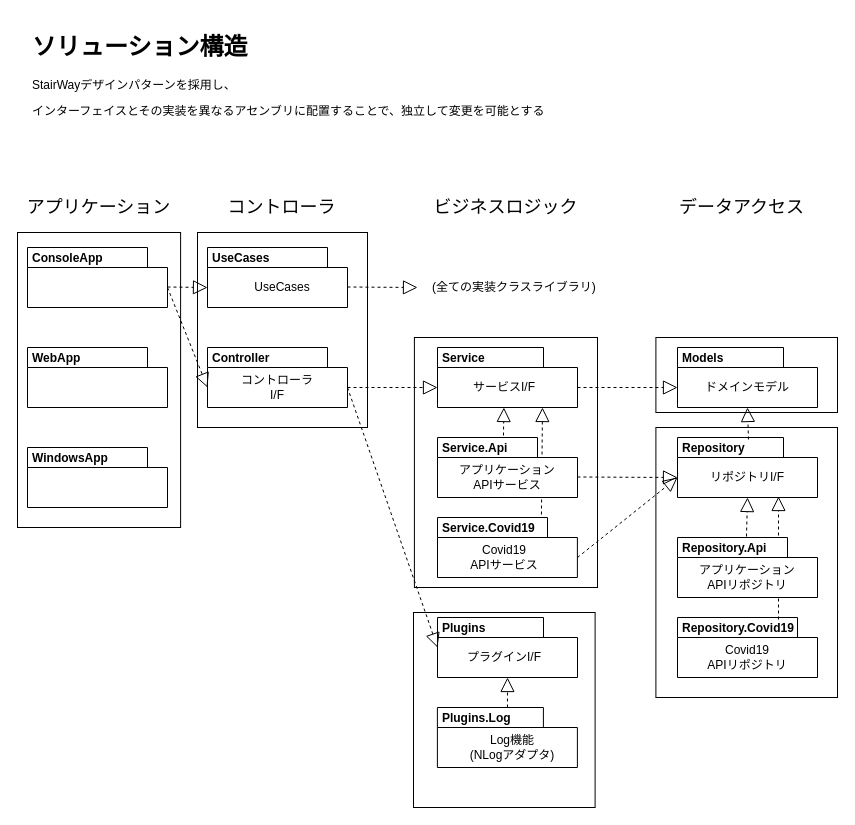
Above: page "Solution" (1 of 6) of doc/Mov.drawio in hidemuu/mov (draw.io), before the change. Source tidied: cells renumbered, new cells numbered last; positions are measured from the earlier drawing's top-left corner, leaving out a move shared by most shapes. Both pictures are drawn from the tidied source at 100%, with x=0, y=0 at pixel (17, 27).
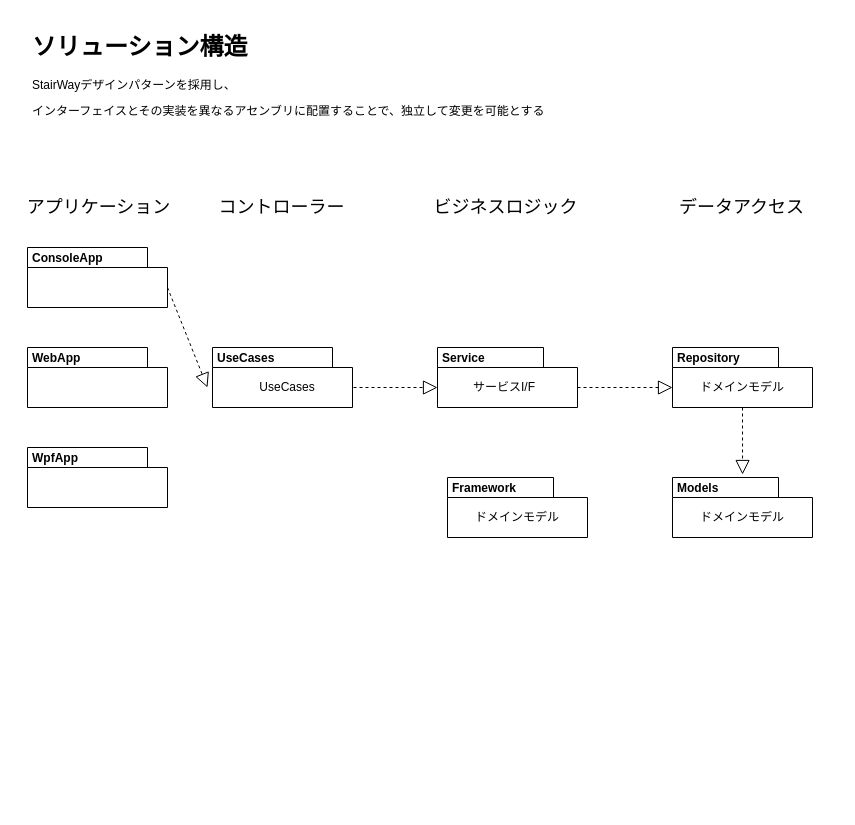
The same diagram, later.

Unchanged cells that the change refers to:
```xml
<mxCell id="8" style="shape=folder;fontStyle=1;spacingTop=10;tabWidth=106;tabHeight=20;tabPosition=left;html=1;" parent="1" vertex="1">
  <mxGeometry x="420" y="320" width="140" height="60" as="geometry" />
</mxCell>
<mxCell id="19" style="shape=folder;fontStyle=1;spacingTop=10;tabWidth=120;tabHeight=20;tabPosition=left;html=1;" parent="1" vertex="1">
  <mxGeometry x="10" y="220" width="140" height="60" as="geometry" />
</mxCell>
```

What changed in the source:
```diff
@@
-    <mxCell id="2" style="rounded=0;whiteSpace=wrap;html=1;" parent="1" vertex="1">
-      <mxGeometry y="205" width="163.1" height="295" as="geometry" />
-    </mxCell>
-    <mxCell id="3" style="rounded=0;whiteSpace=wrap;html=1;" parent="1" vertex="1">
-      <mxGeometry x="180" y="205" width="170" height="195" as="geometry" />
-    </mxCell>
-    <mxCell id="4" style="rounded=0;whiteSpace=wrap;html=1;" parent="1" vertex="1">
-      <mxGeometry x="638.4" y="310" width="181.6" height="75" as="geometry" />
-    </mxCell>
-    <mxCell id="5" style="rounded=0;whiteSpace=wrap;html=1;" parent="1" vertex="1">
-      <mxGeometry x="396" y="585" width="181.6" height="195" as="geometry" />
-    </mxCell>
-    <mxCell id="6" style="rounded=0;whiteSpace=wrap;html=1;" parent="1" vertex="1">
-      <mxGeometry x="638.4" y="400" width="181.6" height="270" as="geometry" />
-    </mxCell>
-    <mxCell id="7" style="rounded=0;whiteSpace=wrap;html=1;" parent="1" vertex="1">
-      <mxGeometry x="396.9" y="310" width="183.1" height="250" as="geometry" />
-    </mxCell>
@@
-    <mxCell id="10" style="shape=folder;fontStyle=1;spacingTop=10;tabWidth=120;tabHeight=20;tabPosition=left;html=1;" parent="1" vertex="1">
-      <mxGeometry x="190" y="320" width="140" height="60" as="geometry" />
-    </mxCell>
-    <mxCell id="11" value="Controller" style="text;align=left;fontStyle=1;verticalAlign=middle;spacingLeft=3;spacingRight=3;strokeColor=none;" parent="1" vertex="1">
-      <mxGeometry x="190" y="320" width="96.9" height="20" as="geometry" />
-    </mxCell>
-    <mxCell id="12" style="shape=folder;fontStyle=1;spacingTop=10;tabWidth=106;tabHeight=20;tabPosition=left;html=1;" parent="1" vertex="1">
-      <mxGeometry x="660" y="410" width="140" height="60" as="geometry" />
-    </mxCell>
-    <mxCell id="13" value="Repository" style="text;align=left;fontStyle=1;verticalAlign=middle;spacingLeft=3;spacingRight=3;strokeColor=none;" parent="1" vertex="1">
-      <mxGeometry x="660" y="410" width="96.9" height="20" as="geometry" />
-    </mxCell>
-    <mxCell id="14" style="endArrow=block;dashed=1;endFill=0;endSize=12;html=1;exitX=0;exitY=0;exitDx=140;exitDy=40;exitPerimeter=0;entryX=0;entryY=0;entryDx=0;entryDy=40;entryPerimeter=0;" parent="1" edge="1" source="10" target="8">
-      <mxGeometry relative="1" as="geometry" />
+    <mxCell id="14" style="endArrow=block;dashed=1;endFill=0;endSize=12;html=1;exitX=0;exitY=0;exitDx=140;exitDy=40;exitPerimeter=0;entryX=0;entryY=0;entryDx=0;entryDy=40;entryPerimeter=0;" parent="1" edge="1" target="8">
+      <mxGeometry relative="1" as="geometry">
+        <mxPoint x="330" y="360" as="sourcePoint" />
+      </mxGeometry>
     </mxCell>
     <mxCell id="15" style="shape=folder;fontStyle=1;spacingTop=10;tabWidth=120;tabHeight=20;tabPosition=left;html=1;" parent="1" vertex="1">
-      <mxGeometry x="190" y="220" width="140" height="60" as="geometry" />
+      <mxGeometry x="195" y="320" width="140" height="60" as="geometry" />
     </mxCell>
     <mxCell id="16" value="UseCases" style="text;align=left;fontStyle=1;verticalAlign=middle;spacingLeft=3;spacingRight=3;strokeColor=none;" parent="1" vertex="1">
-      <mxGeometry x="190" y="220" width="96.9" height="20" as="geometry" />
+      <mxGeometry x="195" y="320" width="96.9" height="20" as="geometry" />
     </mxCell>
-    <mxCell id="17" style="endArrow=block;dashed=1;endFill=0;endSize=12;html=1;entryX=0.5;entryY=1;entryDx=0;entryDy=0;exitX=0.733;exitY=-0.1;exitDx=0;exitDy=0;exitPerimeter=0;" parent="1" edge="1" source="37">
-      <mxGeometry relative="1" as="geometry">
-        <mxPoint x="486.4" y="380" as="targetPoint" />
-      </mxGeometry>
-    </mxCell>
-    <mxCell id="18" style="endArrow=block;dashed=1;endFill=0;endSize=12;html=1;exitX=0.46;exitY=-0.05;exitDx=0;exitDy=0;exitPerimeter=0;entryX=0.5;entryY=1;entryDx=0;entryDy=0;entryPerimeter=0;" parent="1" edge="1" source="57" target="12">
-      <mxGeometry relative="1" as="geometry" />
-    </mxCell>
@@
-    <mxCell id="21" style="shape=folder;fontStyle=1;spacingTop=10;tabWidth=110;tabHeight=20;tabPosition=left;html=1;" parent="1" vertex="1">
-      <mxGeometry x="420" y="490" width="139.9" height="60" as="geometry" />
-    </mxCell>
-    <mxCell id="22" value="Service.Covid19" style="text;align=left;fontStyle=1;verticalAlign=middle;spacingLeft=3;spacingRight=3;strokeColor=none;points=[[0,0.5],[1,0.5]];portConstraint=eastwest;" parent="1" vertex="1">
-      <mxGeometry x="420" y="490" width="150" height="20" as="geometry" />
-    </mxCell>
     <mxCell id="23" style="shape=folder;fontStyle=1;spacingTop=10;tabWidth=106;tabHeight=20;tabPosition=left;html=1;" parent="1" vertex="1">
-      <mxGeometry x="660" y="320" width="140" height="60" as="geometry" />
+      <mxGeometry x="655" y="450" width="140" height="60" as="geometry" />
     </mxCell>
     <mxCell id="24" value="Models" style="text;align=left;fontStyle=1;verticalAlign=middle;spacingLeft=3;spacingRight=3;strokeColor=none;points=[[0,0.5],[1,0.5]];portConstraint=eastwest;" parent="1" vertex="1">
-      <mxGeometry x="660" y="320" width="96.9" height="20" as="geometry" />
+      <mxGeometry x="655" y="450" width="96.9" height="20" as="geometry" />
     </mxCell>
@@
-    <mxCell id="28" value="WindowsApp" style="text;align=left;fontStyle=1;verticalAlign=middle;spacingLeft=3;spacingRight=3;strokeColor=none;" parent="1" vertex="1">
+    <mxCell id="28" value="WpfApp" style="text;align=left;fontStyle=1;verticalAlign=middle;spacingLeft=3;spacingRight=3;strokeColor=none;" parent="1" vertex="1">
       <mxGeometry x="10" y="420" width="96.9" height="20" as="geometry" />
     </mxCell>
     <mxCell id="29" value="UseCases" style="text;html=1;strokeColor=none;fillColor=none;align=center;verticalAlign=middle;whiteSpace=wrap;rounded=0;" parent="1" vertex="1">
-      <mxGeometry x="220" y="250" width="90" height="20" as="geometry" />
+      <mxGeometry x="225" y="350" width="90" height="20" as="geometry" />
     </mxCell>
-    <mxCell id="30" value="コントローラI/F" style="text;html=1;strokeColor=none;fillColor=none;align=center;verticalAlign=middle;whiteSpace=wrap;rounded=0;" parent="1" vertex="1">
-      <mxGeometry x="220" y="350" width="80" height="20" as="geometry" />
-    </mxCell>
@@
-    <mxCell id="32" value="Covid19&lt;br&gt;APIサービス" style="text;html=1;strokeColor=none;fillColor=none;align=center;verticalAlign=middle;whiteSpace=wrap;rounded=0;" parent="1" vertex="1">
-      <mxGeometry x="446.8" y="520" width="80" height="20" as="geometry" />
-    </mxCell>
-    <mxCell id="33" value="リポジトリI/F" style="text;html=1;strokeColor=none;fillColor=none;align=center;verticalAlign=middle;whiteSpace=wrap;rounded=0;" parent="1" vertex="1">
-      <mxGeometry x="690" y="440" width="80" height="20" as="geometry" />
-    </mxCell>
-    <mxCell id="34" style="endArrow=block;dashed=1;endFill=0;endSize=12;html=1;entryX=0.75;entryY=1;entryDx=0;entryDy=0;exitX=0.693;exitY=-0.15;exitDx=0;exitDy=0;exitPerimeter=0;entryPerimeter=0;" parent="1" edge="1" source="22" target="8">
-      <mxGeometry relative="1" as="geometry" />
-    </mxCell>
-    <mxCell id="35" style="group;" parent="1" vertex="1">
-      <mxGeometry x="420" y="410" width="140" height="60" as="geometry" />
-    </mxCell>
-    <mxCell id="36" style="shape=folder;fontStyle=1;spacingTop=10;tabWidth=100;tabHeight=20;tabPosition=left;html=1;" parent="35" vertex="1">
-      <mxGeometry width="140" height="60" as="geometry" />
-    </mxCell>
-    <mxCell id="37" value="Service.Api" style="text;align=left;fontStyle=1;verticalAlign=middle;spacingLeft=3;spacingRight=3;strokeColor=none;points=[[0,0.5],[1,0.5]];portConstraint=eastwest;" parent="35" vertex="1">
-      <mxGeometry width="90" height="20" as="geometry" />
-    </mxCell>
-    <mxCell id="38" value="アプリケーション&lt;br&gt;APIサービス" style="text;html=1;strokeColor=none;fillColor=none;align=center;verticalAlign=middle;whiteSpace=wrap;rounded=0;" parent="35" vertex="1">
-      <mxGeometry y="30" width="140" height="20" as="geometry" />
-    </mxCell>
-    <mxCell id="39" style="endArrow=block;dashed=1;endFill=0;endSize=12;html=1;exitX=0.507;exitY=0.033;exitDx=0;exitDy=0;exitPerimeter=0;entryX=0.5;entryY=1;entryDx=0;entryDy=0;entryPerimeter=0;" parent="1" edge="1" source="12" target="23">
-      <mxGeometry relative="1" as="geometry" />
-    </mxCell>
     <mxCell id="40" value="ドメインモデル" style="text;html=1;strokeColor=none;fillColor=none;align=center;verticalAlign=middle;whiteSpace=wrap;rounded=0;" parent="1" vertex="1">
-      <mxGeometry x="680" y="350" width="100" height="20" as="geometry" />
+      <mxGeometry x="675" y="480" width="100" height="20" as="geometry" />
     </mxCell>
-    <mxCell id="41" style="endArrow=block;dashed=1;endFill=0;endSize=12;html=1;exitX=0;exitY=0;exitDx=140;exitDy=40;exitPerimeter=0;entryX=0;entryY=0;entryDx=0;entryDy=40;entryPerimeter=0;" parent="1" edge="1" target="12">
+    <mxCell id="41" style="endArrow=block;dashed=1;endFill=0;endSize=12;html=1;entryX=0.723;entryY=-0.15;entryDx=0;entryDy=0;entryPerimeter=0;" parent="1" edge="1" target="24">
       <mxGeometry relative="1" as="geometry">
-        <mxPoint x="559.9" y="449.5" as="sourcePoint" />
+        <mxPoint x="725" y="380" as="sourcePoint" />
       </mxGeometry>
     </mxCell>
-    <mxCell id="42" style="endArrow=block;dashed=1;endFill=0;endSize=12;html=1;exitX=0;exitY=0;exitDx=139.94;exitDy=40;exitPerimeter=0;entryX=0;entryY=0;entryDx=0;entryDy=40;entryPerimeter=0;" parent="1" edge="1" source="21" target="12">
-      <mxGeometry relative="1" as="geometry" />
-    </mxCell>
-    <mxCell id="43" style="endArrow=block;dashed=1;endFill=0;endSize=12;html=1;entryX=0;entryY=0;entryDx=0;entryDy=40;entryPerimeter=0;" parent="1" edge="1" target="23">
+    <mxCell id="43" style="endArrow=block;dashed=1;endFill=0;endSize=12;html=1;entryX=0;entryY=0;entryDx=0;entryDy=40;entryPerimeter=0;exitX=0;exitY=0;exitDx=140;exitDy=40;exitPerimeter=0;" parent="1" edge="1" source="8">
       <mxGeometry relative="1" as="geometry">
-        <mxPoint x="560" y="360" as="sourcePoint" />
+        <mxPoint x="655" y="360" as="targetPoint" />
       </mxGeometry>
     </mxCell>
-    <mxCell id="44" style="shape=folder;fontStyle=1;spacingTop=10;tabWidth=106;tabHeight=20;tabPosition=left;html=1;" parent="1" vertex="1">
-      <mxGeometry x="420" y="590" width="140" height="60" as="geometry" />
-    </mxCell>
-    <mxCell id="45" value="Plugins" style="text;align=left;fontStyle=1;verticalAlign=middle;spacingLeft=3;spacingRight=3;strokeColor=none;" parent="1" vertex="1">
-      <mxGeometry x="420" y="590" width="96.9" height="20" as="geometry" />
-    </mxCell>
-    <mxCell id="46" value="プラグインI/F" style="text;html=1;strokeColor=none;fillColor=none;align=center;verticalAlign=middle;whiteSpace=wrap;rounded=0;" parent="1" vertex="1">
-      <mxGeometry x="446.9" y="620" width="80" height="20" as="geometry" />
-    </mxCell>
-    <mxCell id="47" style="shape=folder;fontStyle=1;spacingTop=10;tabWidth=106;tabHeight=20;tabPosition=left;html=1;" parent="1" vertex="1">
-      <mxGeometry x="419.9" y="680" width="140" height="60" as="geometry" />
-    </mxCell>
-    <mxCell id="48" value="Plugins.Log" style="text;align=left;fontStyle=1;verticalAlign=middle;spacingLeft=3;spacingRight=3;strokeColor=none;points=[[0,0.5],[1,0.5]];portConstraint=eastwest;" parent="1" vertex="1">
-      <mxGeometry x="419.9" y="680" width="96.9" height="20" as="geometry" />
-    </mxCell>
-    <mxCell id="49" value="Log機能&lt;br&gt;(NLogアダプタ)" style="text;html=1;strokeColor=none;fillColor=none;align=center;verticalAlign=middle;whiteSpace=wrap;rounded=0;" parent="1" vertex="1">
-      <mxGeometry x="440" y="710" width="110" height="20" as="geometry" />
-    </mxCell>
-    <mxCell id="50" style="shape=folder;fontStyle=1;spacingTop=10;tabWidth=120;tabHeight=20;tabPosition=left;html=1;" parent="1" vertex="1">
-      <mxGeometry x="660" y="590" width="140" height="60" as="geometry" />
-    </mxCell>
-    <mxCell id="51" value="Repository.Covid19" style="text;align=left;fontStyle=1;verticalAlign=middle;spacingLeft=3;spacingRight=3;strokeColor=none;points=[[0,0.5],[1,0.5]];portConstraint=eastwest;" parent="1" vertex="1">
-      <mxGeometry x="660" y="590" width="130" height="20" as="geometry" />
-    </mxCell>
-    <mxCell id="52" style="endArrow=block;dashed=1;endFill=0;endSize=12;html=1;exitX=0;exitY=0;exitDx=140;exitDy=40;exitPerimeter=0;entryX=0;entryY=0;entryDx=0;entryDy=30;entryPerimeter=0;" parent="1" edge="1" source="10" target="44">
-      <mxGeometry relative="1" as="geometry" />
-    </mxCell>
-    <mxCell id="53" style="endArrow=block;dashed=1;endFill=0;endSize=12;html=1;entryX=0.5;entryY=1;entryDx=0;entryDy=0;exitX=0.723;exitY=0;exitDx=0;exitDy=0;exitPerimeter=0;entryPerimeter=0;" parent="1" edge="1" source="48" target="44">
-      <mxGeometry relative="1" as="geometry" />
-    </mxCell>
-    <mxCell id="54" style="endArrow=block;dashed=1;endFill=0;endSize=12;html=1;exitX=0.777;exitY=0.1;exitDx=0;exitDy=0;exitPerimeter=0;" parent="1" edge="1" source="51">
-      <mxGeometry relative="1" as="geometry">
-        <mxPoint x="761" y="469" as="targetPoint" />
-      </mxGeometry>
-    </mxCell>
-    <mxCell id="55" style="group;" parent="1" vertex="1">
-      <mxGeometry x="660" y="510" width="150" height="60" as="geometry" />
-    </mxCell>
-    <mxCell id="56" style="shape=folder;fontStyle=1;spacingTop=10;tabWidth=110;tabHeight=20;tabPosition=left;html=1;" parent="55" vertex="1">
-      <mxGeometry width="140" height="60" as="geometry" />
-    </mxCell>
-    <mxCell id="57" value="Repository.Api" style="text;align=left;fontStyle=1;verticalAlign=middle;spacingLeft=3;spacingRight=3;strokeColor=none;points=[[0,0.5],[1,0.5]];portConstraint=eastwest;" parent="55" vertex="1">
-      <mxGeometry width="150" height="20" as="geometry" />
-    </mxCell>
-    <mxCell id="58" value="アプリケーション&lt;br&gt;APIリポジトリ" style="text;html=1;strokeColor=none;fillColor=none;align=center;verticalAlign=middle;whiteSpace=wrap;rounded=0;" parent="55" vertex="1">
-      <mxGeometry x="20" y="30" width="100" height="20" as="geometry" />
-    </mxCell>
-    <mxCell id="59" value="Covid19&lt;br&gt;APIリポジトリ" style="text;html=1;strokeColor=none;fillColor=none;align=center;verticalAlign=middle;whiteSpace=wrap;rounded=0;" parent="1" vertex="1">
-      <mxGeometry x="680" y="620" width="100" height="20" as="geometry" />
-    </mxCell>
@@
-    <mxCell id="61" value="&lt;span style=&quot;font-size: 18px&quot;&gt;コントローラ&lt;/span&gt;" style="text;html=1;strokeColor=none;fillColor=none;align=center;verticalAlign=middle;whiteSpace=wrap;rounded=0;" parent="1" vertex="1">
+    <mxCell id="61" value="&lt;span style=&quot;font-size: 18px;&quot;&gt;コントローラー&lt;/span&gt;" style="text;html=1;strokeColor=none;fillColor=none;align=center;verticalAlign=middle;whiteSpace=wrap;rounded=0;" parent="1" vertex="1">
       <mxGeometry x="183.3" y="170" width="163.4" height="20" as="geometry" />
     </mxCell>
@@
-    <mxCell id="64" style="endArrow=block;dashed=1;endFill=0;endSize=12;html=1;" parent="1" edge="1">
-      <mxGeometry relative="1" as="geometry">
-        <mxPoint x="330" y="259.5" as="sourcePoint" />
-        <mxPoint x="400" y="260" as="targetPoint" />
-      </mxGeometry>
-    </mxCell>
-    <mxCell id="65" value="(全ての実装クラスライブラリ)" style="text;html=1;strokeColor=none;fillColor=none;align=center;verticalAlign=middle;whiteSpace=wrap;rounded=0;" parent="1" vertex="1">
-      <mxGeometry x="396.9" y="250" width="200.1" height="20" as="geometry" />
-    </mxCell>
-    <mxCell id="66" style="endArrow=block;dashed=1;endFill=0;endSize=12;html=1;" parent="1" edge="1">
-      <mxGeometry relative="1" as="geometry">
-        <mxPoint x="150" y="259.5" as="sourcePoint" />
-        <mxPoint x="190" y="260" as="targetPoint" />
-      </mxGeometry>
-    </mxCell>
-    <mxCell id="67" style="endArrow=block;dashed=1;endFill=0;endSize=12;html=1;exitX=0;exitY=0;exitDx=140;exitDy=40;exitPerimeter=0;entryX=0;entryY=0;entryDx=0;entryDy=40;entryPerimeter=0;" parent="1" edge="1" source="19" target="10">
-      <mxGeometry relative="1" as="geometry" />
+    <mxCell id="67" style="endArrow=block;dashed=1;endFill=0;endSize=12;html=1;exitX=0;exitY=0;exitDx=140;exitDy=40;exitPerimeter=0;entryX=0;entryY=0;entryDx=0;entryDy=40;entryPerimeter=0;" parent="1" edge="1" source="19">
+      <mxGeometry relative="1" as="geometry">
+        <mxPoint x="190" y="360" as="targetPoint" />
+      </mxGeometry>
     </mxCell>
@@
+    <mxCell id="69" style="shape=folder;fontStyle=1;spacingTop=10;tabWidth=106;tabHeight=20;tabPosition=left;html=1;" parent="1" vertex="1">
+      <mxGeometry x="430" y="450" width="140" height="60" as="geometry" />
+    </mxCell>
+    <mxCell id="70" value="Framework" style="text;align=left;fontStyle=1;verticalAlign=middle;spacingLeft=3;spacingRight=3;strokeColor=none;" parent="1" vertex="1">
+      <mxGeometry x="430" y="450" width="96.9" height="20" as="geometry" />
+    </mxCell>
+    <mxCell id="71" value="ドメインモデル" style="text;html=1;strokeColor=none;fillColor=none;align=center;verticalAlign=middle;whiteSpace=wrap;rounded=0;" parent="1" vertex="1">
+      <mxGeometry x="450" y="480" width="100" height="20" as="geometry" />
+    </mxCell>
+    <mxCell id="72" style="shape=folder;fontStyle=1;spacingTop=10;tabWidth=106;tabHeight=20;tabPosition=left;html=1;" parent="1" vertex="1">
+      <mxGeometry x="655" y="320" width="140" height="60" as="geometry" />
+    </mxCell>
+    <mxCell id="13" value="Repository" style="text;align=left;fontStyle=1;verticalAlign=middle;spacingLeft=3;spacingRight=3;strokeColor=none;" parent="1" vertex="1">
+      <mxGeometry x="655" y="320" width="96.9" height="20" as="geometry" />
+    </mxCell>
+    <mxCell id="73" value="ドメインモデル" style="text;html=1;strokeColor=none;fillColor=none;align=center;verticalAlign=middle;whiteSpace=wrap;rounded=0;" parent="1" vertex="1">
+      <mxGeometry x="675" y="350" width="100" height="20" as="geometry" />
+    </mxCell>
```
